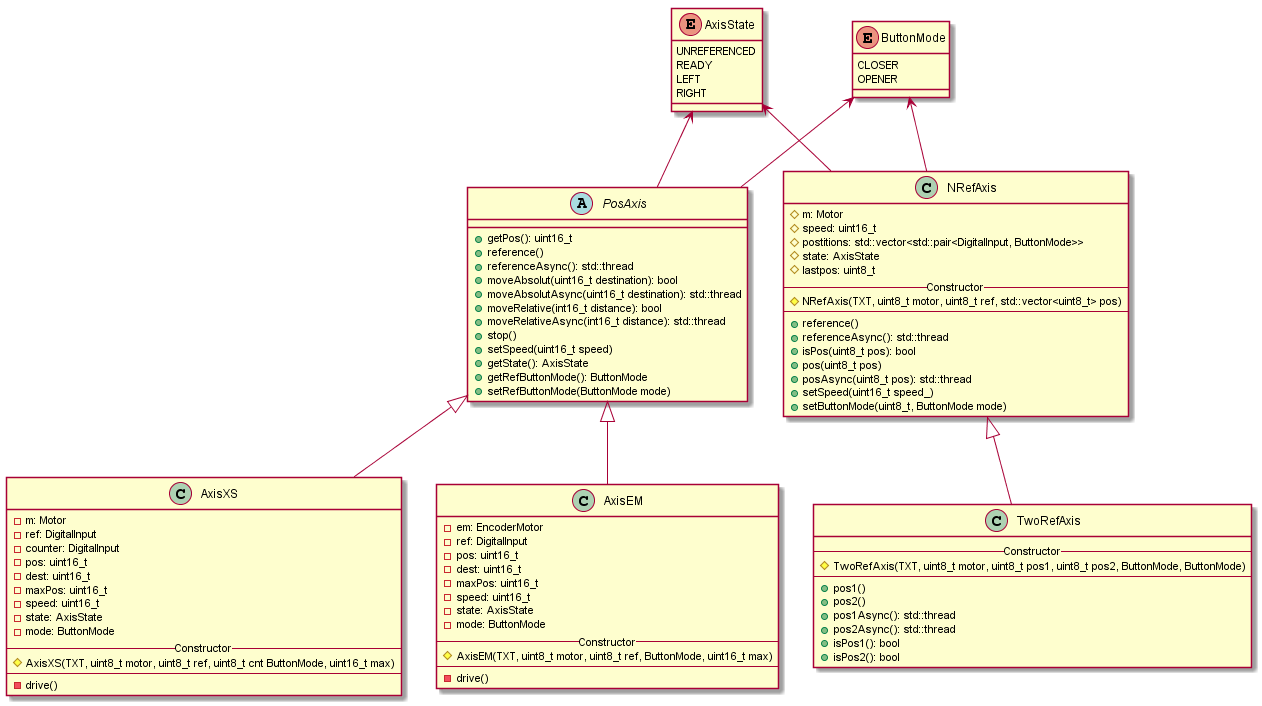
SchmidJoel/FischertechnikTXTApi keeps this PlantUML diagram as documentation/high-level-api.png. Above is the earlier version.
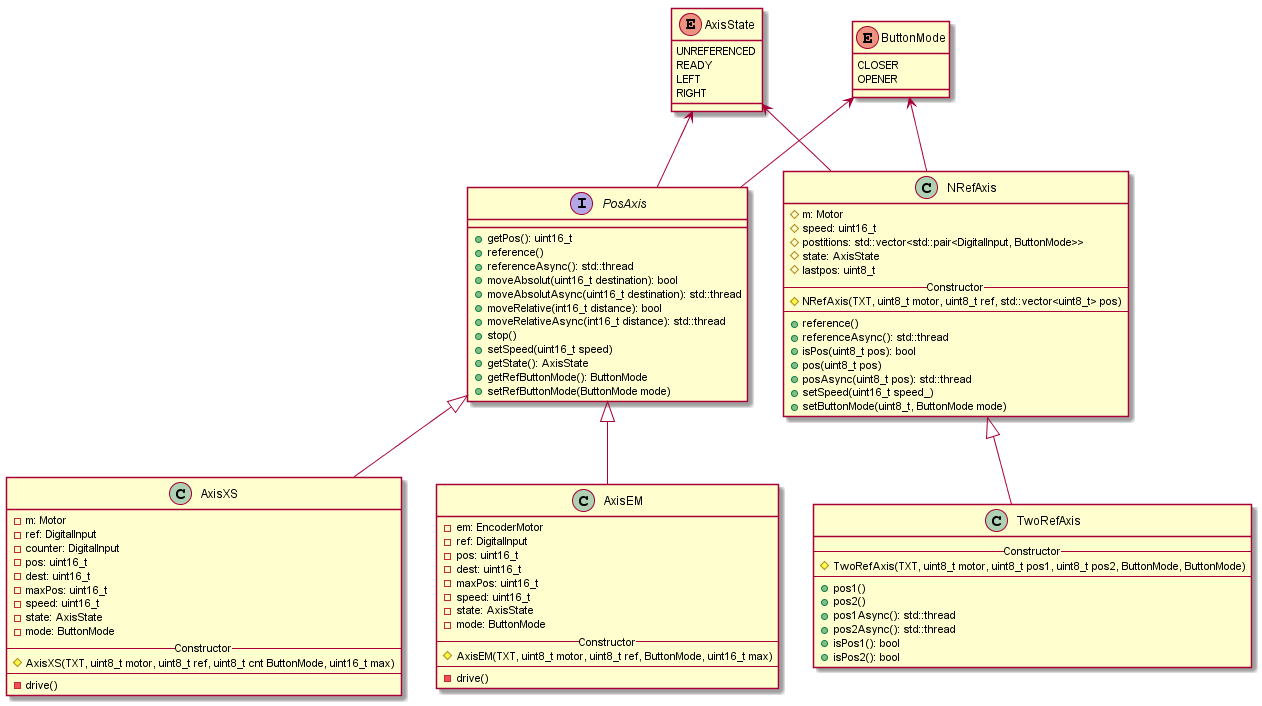
The same file after the commit.

The edit, as a diff of the source:
```diff
@@ -11,7 +11,7 @@
     OPENER
 }
 
-abstract PosAxis {
+interface PosAxis {
     +getPos(): uint16_t
     +reference()
     +referenceAsync(): std::thread
```
